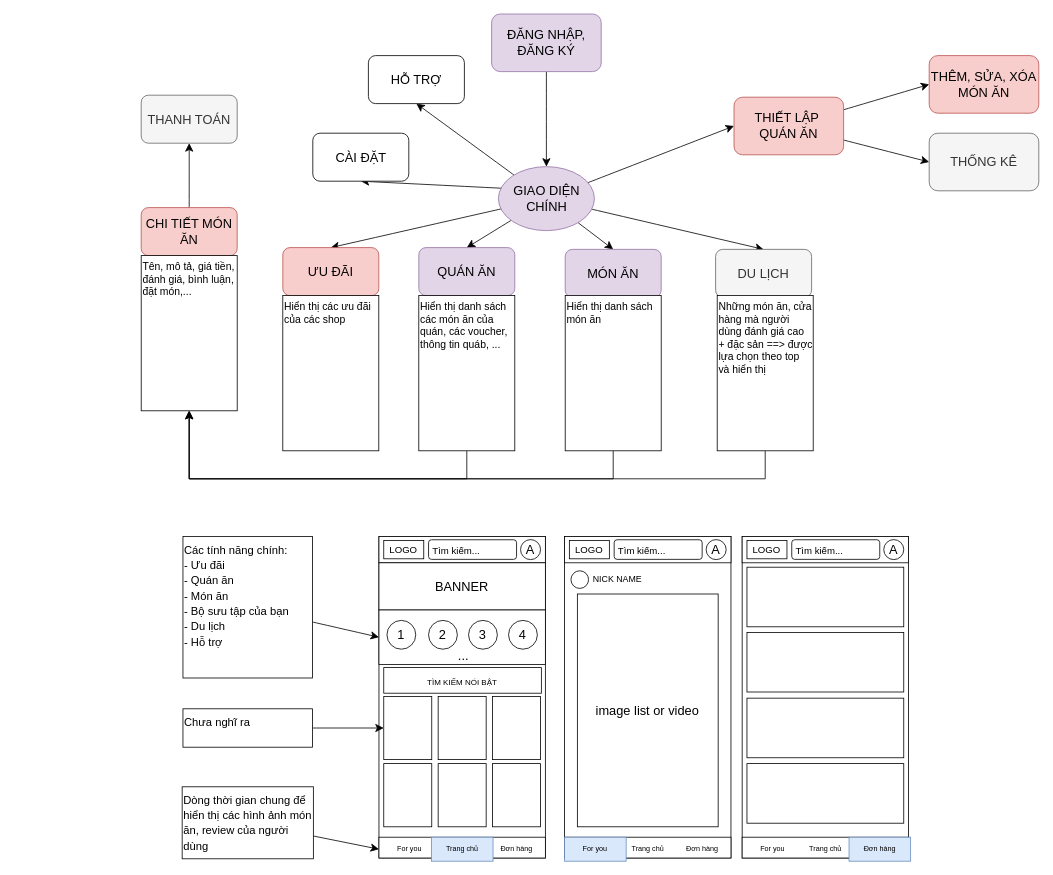
Earlier version of the draw.io diagram structure.drawio (dvcdung/vku_bp3_fufu_application). Source tidied: cells renumbered, new cells numbered last; positions are measured from the earlier drawing's top-left corner, leaving out a move shared by most shapes. Both pictures are drawn from the tidied source at 80%, with x=0, y=0 at pixel (141, 14).
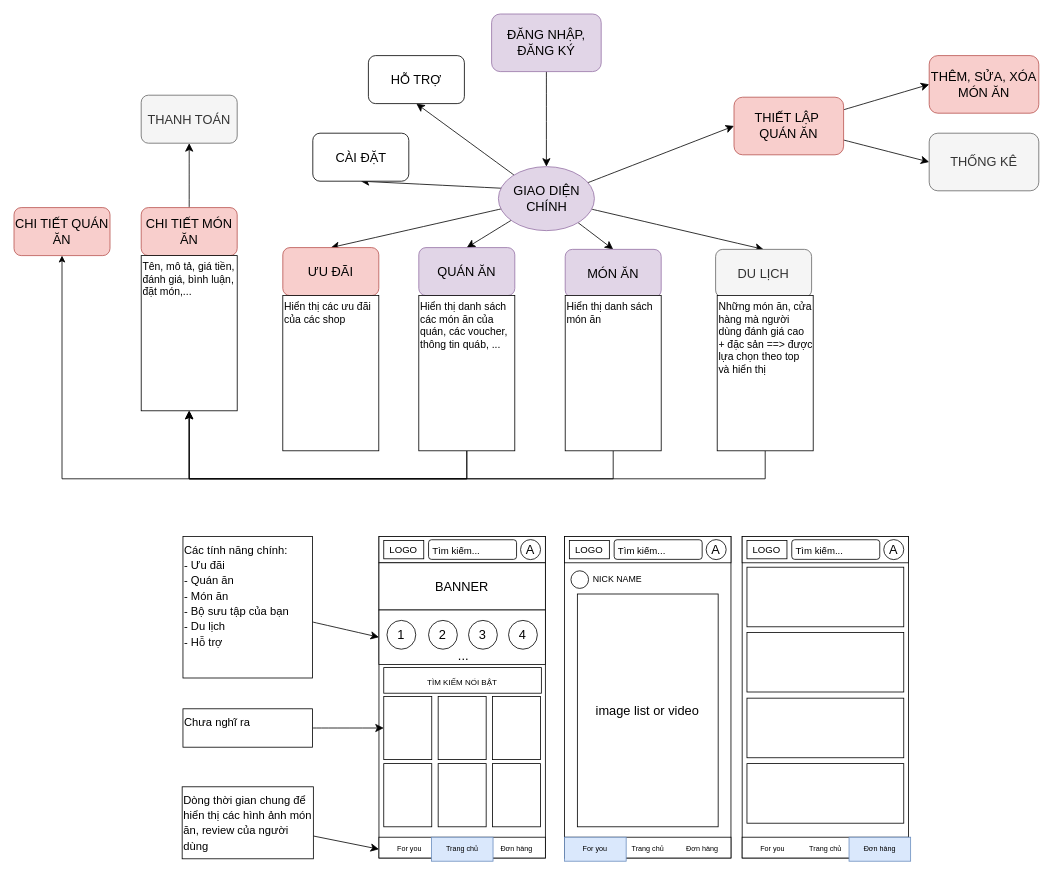
The same diagram, later.

The change refers to these unchanged cells:
```xml
<mxCell id="72" value="Hiển thị danh sách các món ăn của quán, các voucher, thông tin quáb, ..." style="rounded=0;whiteSpace=wrap;html=1;fontSize=13;align=left;verticalAlign=top;" parent="1" vertex="1">
  <mxGeometry x="347" y="352" width="120" height="194" as="geometry" />
</mxCell>
```

Diff of the diagram source:
```diff
@@
+    <mxCell id="88" style="edgeStyle=orthogonalEdgeStyle;rounded=0;jettySize=auto;html=1;entryX=0.5;entryY=1;entryDx=0;entryDy=0;" parent="1" edge="1" source="72" target="89">
+      <mxGeometry relative="1" as="geometry">
+        <Array as="points">
+          <mxPoint x="407" y="581" />
+          <mxPoint x="-99" y="581" />
+        </Array>
+      </mxGeometry>
+    </mxCell>
@@
+    <mxCell id="89" value="CHI TIẾT QUÁN ĂN" style="rounded=1;whiteSpace=wrap;html=1;fontSize=16;fillColor=#f8cecc;strokeColor=#b85450;" parent="1" vertex="1">
+      <mxGeometry x="-159" y="242" width="120" height="60" as="geometry" />
+    </mxCell>
```
